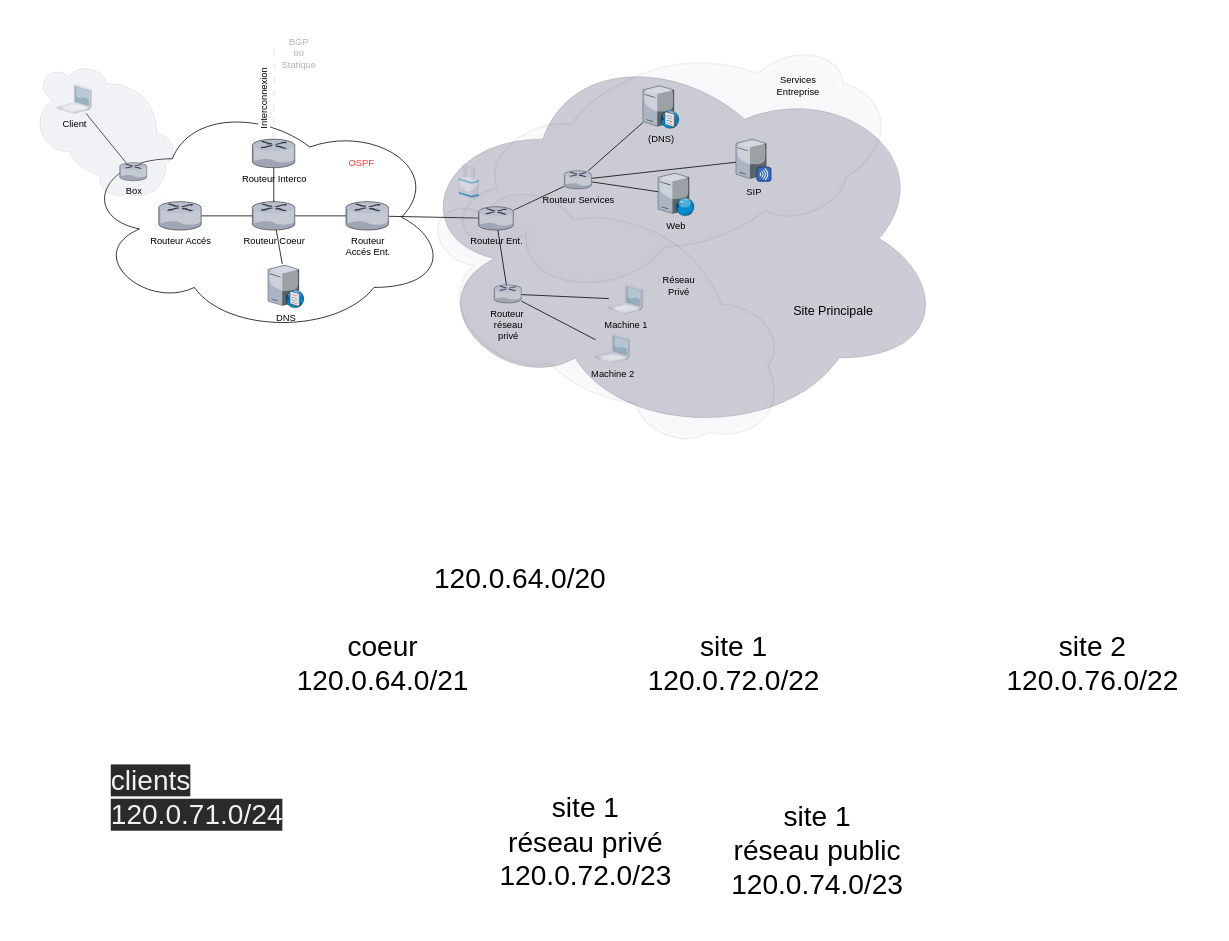
DinoGurnari/Projet_Interco_GroupeA4 keeps this draw.io diagram as schema.drawio. Above is the earlier version. Source tidied: cells renumbered, new cells numbered last; positions are measured from the earlier drawing's top-left corner, leaving out a move shared by most shapes. Both pictures are drawn from the tidied source at 78%, with x=0, y=0 at pixel (26, 39).
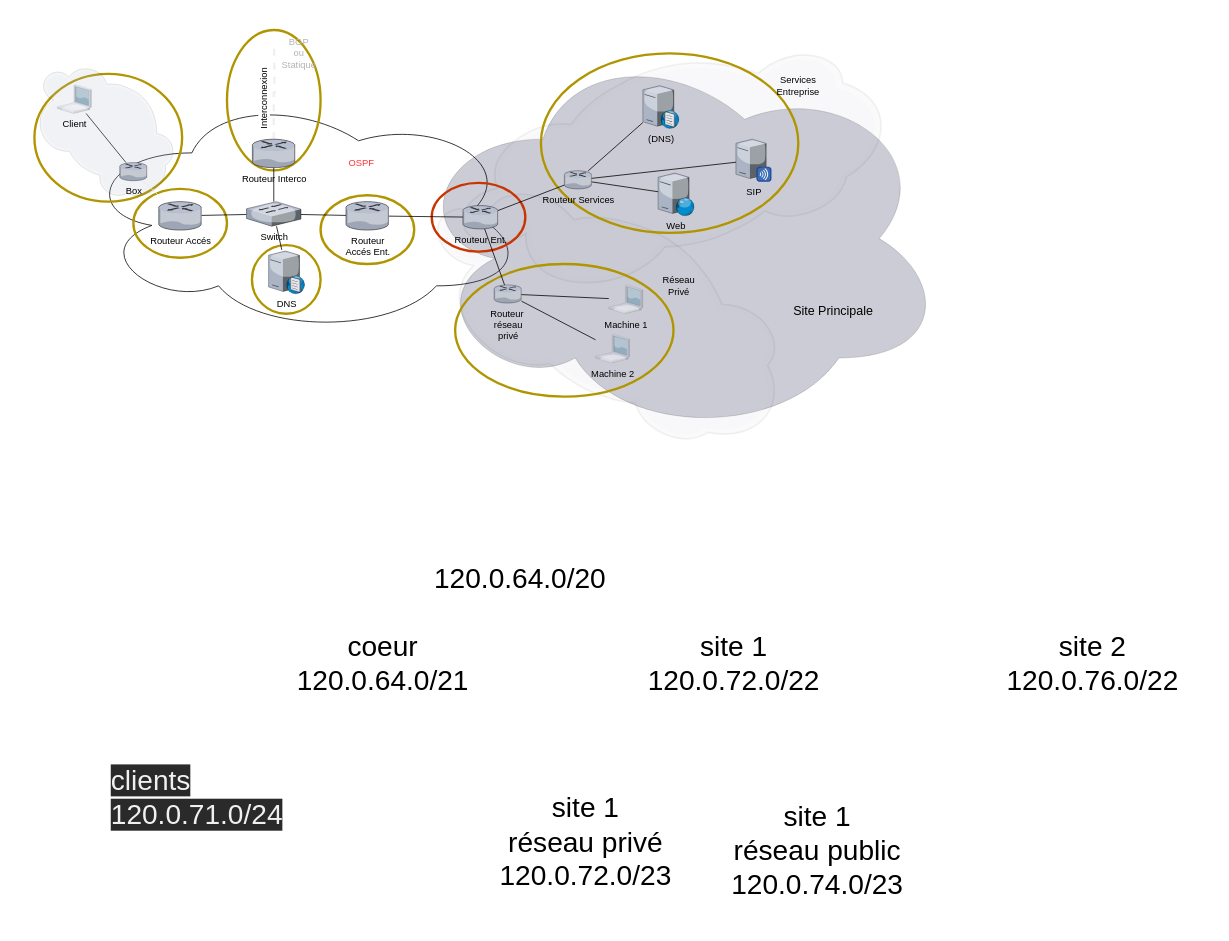
Above is the later version.

Unchanged cells that the change refers to:
```xml
<mxCell id="6" value="Routeur Interco" style="verticalLabelPosition=bottom;html=1;verticalAlign=top;strokeColor=none;align=center;outlineConnect=0;shape=mxgraph.citrix.router;" parent="1" vertex="1">
  <mxGeometry x="290" y="128" width="55" height="36.5" as="geometry" />
</mxCell>
<mxCell id="7" value="Routeur&lt;br&gt;Accés Ent." style="verticalLabelPosition=bottom;html=1;verticalAlign=top;strokeColor=none;align=center;outlineConnect=0;shape=mxgraph.citrix.router;" parent="1" vertex="1">
  <mxGeometry x="410" y="208" width="55" height="36.5" as="geometry" />
</mxCell>
<mxCell id="8" value="Routeur Accés" style="verticalLabelPosition=bottom;html=1;verticalAlign=top;strokeColor=none;align=center;outlineConnect=0;shape=mxgraph.citrix.router;" parent="1" vertex="1">
  <mxGeometry x="170" y="208" width="55" height="36.5" as="geometry" />
</mxCell>
```

What changed in the source:
```diff
@@
     <mxCell id="2" style="ellipse;shape=cloud;whiteSpace=wrap;html=1;" parent="1" vertex="1">
-      <mxGeometry x="70" y="78" width="470" height="300" as="geometry" />
+      <mxGeometry x="70" y="68" width="570" height="310" as="geometry" />
     </mxCell>
@@
+    <mxCell id="32" style="verticalLabelPosition=bottom;html=1;verticalAlign=top;strokeColor=none;align=center;shape=mxgraph.citrix.cloud;fillColor=#2a2a2a;opacity=5;rotation=30;" parent="1" vertex="1">
+      <mxGeometry x="500" y="226.1" width="490" height="243.7" as="geometry" />
+    </mxCell>
+    <mxCell id="20" style="verticalLabelPosition=bottom;html=1;verticalAlign=top;strokeColor=none;align=center;shape=mxgraph.citrix.cloud;fillColor=#2a2a2a;opacity=5;rotation=-15;" parent="1" vertex="1">
+      <mxGeometry x="547.7" y="34.1" width="555" height="254.2" as="geometry" />
+    </mxCell>
+    <mxCell id="51" style="ellipse;whiteSpace=wrap;html=1;strokeWidth=3;strokeColor=#B09500;fontColor=#000000;fillColor=none;" parent="1" vertex="1">
+      <mxGeometry x="550" y="288" width="280" height="170" as="geometry" />
+    </mxCell>
+    <mxCell id="52" style="ellipse;whiteSpace=wrap;html=1;strokeColor=#B09500;fontColor=#000000;fillColor=none;strokeWidth=3;" parent="1" vertex="1">
+      <mxGeometry x="660" y="18" width="330" height="230" as="geometry" />
+    </mxCell>
+    <mxCell id="53" style="ellipse;whiteSpace=wrap;html=1;strokeWidth=3;strokeColor=#C73500;fontColor=#000000;fillColor=none;" parent="1" vertex="1">
+      <mxGeometry x="520" y="183.9" width="120" height="88.2" as="geometry" />
+    </mxCell>
+    <mxCell id="54" style="ellipse;whiteSpace=wrap;html=1;strokeWidth=3;strokeColor=#B09500;fontColor=#000000;fillColor=none;" parent="1" vertex="1">
+      <mxGeometry x="377.5" y="199.8" width="120" height="88.2" as="geometry" />
+    </mxCell>
+    <mxCell id="55" style="ellipse;whiteSpace=wrap;html=1;strokeWidth=3;strokeColor=#B09500;fontColor=#000000;fillColor=none;" parent="1" vertex="1">
+      <mxGeometry x="289.5" y="263.8" width="88" height="88" as="geometry" />
+    </mxCell>
+    <mxCell id="56" style="ellipse;whiteSpace=wrap;html=1;strokeWidth=3;strokeColor=#B09500;fontColor=#000000;fillColor=none;" parent="1" vertex="1">
+      <mxGeometry x="137.5" y="191.7" width="120" height="88.2" as="geometry" />
+    </mxCell>
+    <mxCell id="57" style="ellipse;whiteSpace=wrap;html=1;strokeWidth=3;strokeColor=#B09500;fontColor=#000000;fillColor=none;" parent="1" vertex="1">
+      <mxGeometry x="10.6" y="44.2" width="189.4" height="163.8" as="geometry" />
+    </mxCell>
+    <mxCell id="58" style="ellipse;whiteSpace=wrap;html=1;strokeWidth=3;strokeColor=#B09500;fontColor=#000000;fillColor=none;" parent="1" vertex="1">
+      <mxGeometry x="257.5" y="-12" width="120" height="180" as="geometry" />
+    </mxCell>
@@
-    <mxCell id="10" value="Routeur Coeur" style="verticalLabelPosition=bottom;html=1;verticalAlign=top;strokeColor=none;align=center;outlineConnect=0;shape=mxgraph.citrix.router;" parent="1" vertex="1">
-      <mxGeometry x="290" y="208" width="55" height="36.5" as="geometry" />
-    </mxCell>
-    <mxCell id="11" style="endArrow=none;html=1;" parent="1" edge="1" source="10" target="6">
+    <mxCell id="11" style="endArrow=none;html=1;" parent="1" edge="1" source="59" target="6">
       <mxGeometry relative="1" as="geometry" />
     </mxCell>
-    <mxCell id="12" style="endArrow=none;html=1;" parent="1" edge="1" source="10" target="7">
+    <mxCell id="12" style="endArrow=none;html=1;" parent="1" edge="1" source="59" target="7">
       <mxGeometry relative="1" as="geometry" />
     </mxCell>
-    <mxCell id="13" style="endArrow=none;html=1;" parent="1" edge="1" source="8" target="10">
+    <mxCell id="13" style="endArrow=none;html=1;" parent="1" edge="1" source="8" target="59">
       <mxGeometry relative="1" as="geometry" />
     </mxCell>
@@
-    <mxCell id="19" style="verticalLabelPosition=bottom;html=1;verticalAlign=top;strokeColor=none;align=center;shape=mxgraph.citrix.security;fillColor=#2a2a2a;opacity=10;" parent="1" vertex="1">
-      <mxGeometry x="554.8" y="159.9" width="25.2" height="44.2" as="geometry" />
-    </mxCell>
-    <mxCell id="20" style="verticalLabelPosition=bottom;html=1;verticalAlign=top;strokeColor=none;align=center;shape=mxgraph.citrix.cloud;fillColor=#2a2a2a;opacity=5;rotation=-15;" parent="1" vertex="1">
-      <mxGeometry x="547.7" y="34.1" width="555" height="254.2" as="geometry" />
-    </mxCell>
@@
     <mxCell id="28" value="DNS" style="verticalLabelPosition=bottom;html=1;verticalAlign=top;strokeColor=none;align=center;outlineConnect=0;shape=mxgraph.citrix.dns_server;" parent="1" vertex="1">
-      <mxGeometry x="310" y="288" width="46.5" height="56.2" as="geometry" />
+      <mxGeometry x="310.8" y="269.9" width="46.5" height="56.2" as="geometry" />
     </mxCell>
-    <mxCell id="29" style="endArrow=none;html=1;" parent="1" edge="1" source="10" target="28">
+    <mxCell id="29" style="endArrow=none;html=1;" parent="1" edge="1" source="59" target="28">
       <mxGeometry relative="1" as="geometry" />
     </mxCell>
@@
-    <mxCell id="32" style="verticalLabelPosition=bottom;html=1;verticalAlign=top;strokeColor=none;align=center;shape=mxgraph.citrix.cloud;fillColor=#2a2a2a;opacity=5;rotation=30;" parent="1" vertex="1">
-      <mxGeometry x="500" y="226.1" width="490" height="243.7" as="geometry" />
-    </mxCell>
@@
     <mxCell id="37" value="Routeur&amp;nbsp;Ent." style="verticalLabelPosition=bottom;html=1;verticalAlign=top;strokeColor=none;align=center;outlineConnect=0;shape=mxgraph.citrix.router;" parent="1" vertex="1">
-      <mxGeometry x="580" y="214.6" width="45" height="29.9" as="geometry" />
+      <mxGeometry x="560" y="213.1" width="45" height="29.9" as="geometry" />
     </mxCell>
@@
+    <mxCell id="59" value="Switch" style="verticalLabelPosition=bottom;html=1;verticalAlign=top;strokeColor=none;align=center;outlineConnect=0;shape=mxgraph.citrix.switch;fillColor=none;" parent="1" vertex="1">
+      <mxGeometry x="282.6" y="208" width="69.8" height="31.5" as="geometry" />
+    </mxCell>
```
